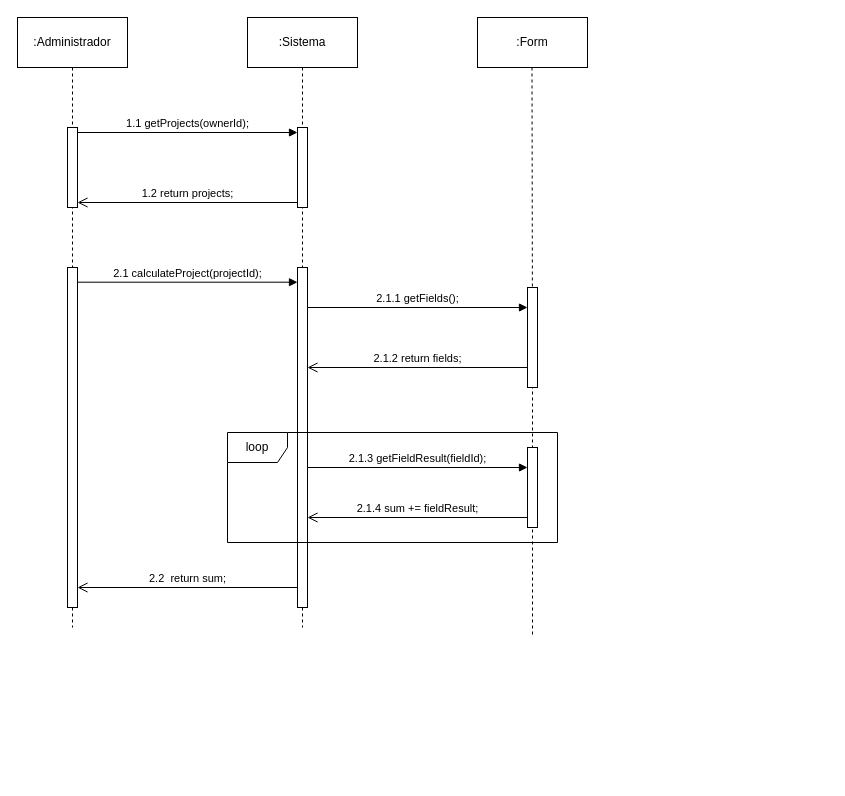
The draw.io diagram Trabalho final/5 - DSS/6 - Calcular resultados.drawio in ViniciusKurek/CalculadoraAPS, before the edit. Source tidied: cells renumbered, new cells numbered last; positions are measured from the earlier drawing's top-left corner, leaving out a move shared by most shapes. Both pictures are drawn from the tidied source at 100%, with x=0, y=0 at pixel (17, 17).
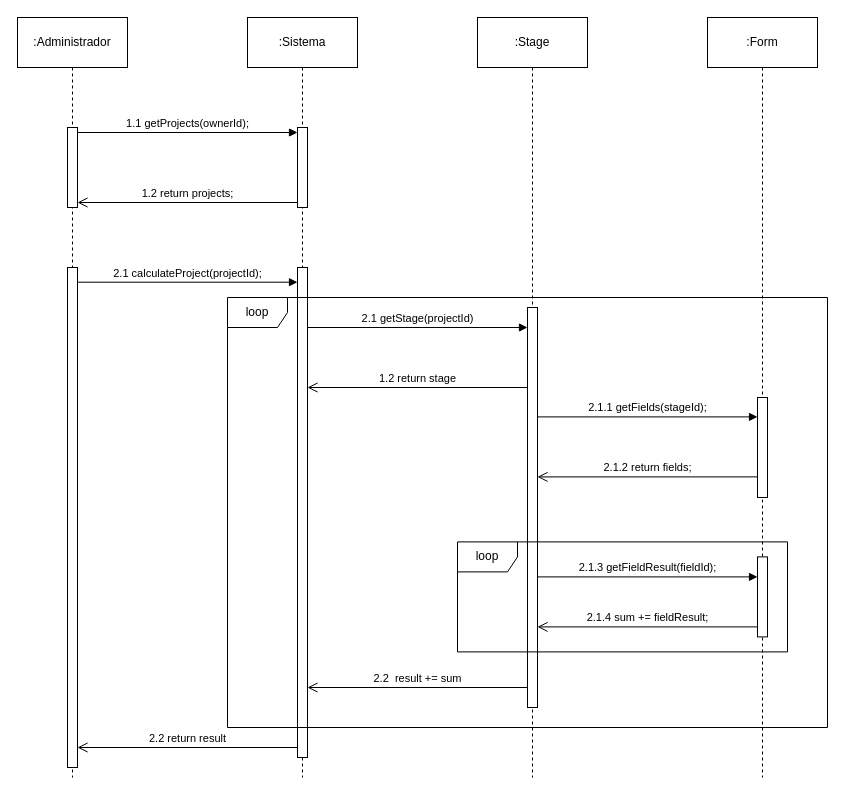
After the change.

Unchanged cells that the change refers to:
```xml
<mxCell id="3" value=":Administrador" style="html=1;whiteSpace=wrap;" parent="1" vertex="1">
  <mxGeometry width="110" height="50" as="geometry" />
</mxCell>
<mxCell id="5" value=":Sistema" style="html=1;whiteSpace=wrap;" parent="1" vertex="1">
  <mxGeometry x="230" width="110" height="50" as="geometry" />
</mxCell>
```

Diff of the diagram source:
```diff
@@
     <mxCell id="2" style="edgeStyle=orthogonalEdgeStyle;rounded=0;jettySize=auto;html=1;endArrow=none;endFill=0;dashed=1;exitX=0.5;exitY=1;exitDx=0;exitDy=0;" parent="1" edge="1" source="3">
       <mxGeometry relative="1" as="geometry">
-        <mxPoint x="55" y="610" as="targetPoint" />
+        <mxPoint x="55" y="760" as="targetPoint" />
       </mxGeometry>
     </mxCell>
@@
     <mxCell id="4" style="edgeStyle=orthogonalEdgeStyle;rounded=0;jettySize=auto;html=1;dashed=1;endArrow=none;endFill=0;" parent="1" edge="1" source="5">
       <mxGeometry relative="1" as="geometry">
-        <mxPoint x="285" y="610" as="targetPoint" />
+        <mxPoint x="285" y="760" as="targetPoint" />
       </mxGeometry>
     </mxCell>
@@
     <mxCell id="10" style="html=1;perimeter=orthogonalPerimeter;targetShapes=umlLifeline;newEdgeStyle={&quot;curved&quot;:0,&quot;rounded&quot;:0};" parent="1" vertex="1">
-      <mxGeometry x="280" y="250" width="10" height="340" as="geometry" />
+      <mxGeometry x="280" y="250" width="10" height="490" as="geometry" />
     </mxCell>
@@
     <mxCell id="12" style="html=1;perimeter=orthogonalPerimeter;targetShapes=umlLifeline;newEdgeStyle={&quot;curved&quot;:0,&quot;rounded&quot;:0};" parent="1" vertex="1">
-      <mxGeometry x="50" y="250" width="10" height="340" as="geometry" />
+      <mxGeometry x="50" y="250" width="10" height="500" as="geometry" />
     </mxCell>
-    <mxCell id="13" style="edgeStyle=orthogonalEdgeStyle;rounded=0;orthogonalLoop=1;jettySize=auto;html=1;endArrow=none;endFill=0;dashed=1;" parent="1" edge="1">
+    <mxCell id="13" style="edgeStyle=orthogonalEdgeStyle;rounded=0;jettySize=auto;html=1;endArrow=none;endFill=0;dashed=1;exitX=0.5;exitY=1;exitDx=0;exitDy=0;" parent="1" edge="1" source="14">
       <mxGeometry relative="1" as="geometry">
-        <mxPoint x="514.5" y="50" as="sourcePoint" />
-        <mxPoint x="515" y="620" as="targetPoint" />
+        <mxPoint x="745" y="760" as="targetPoint" />
       </mxGeometry>
     </mxCell>
     <mxCell id="14" value=":Form" style="html=1;whiteSpace=wrap;" parent="1" vertex="1">
-      <mxGeometry x="460" width="110" height="50" as="geometry" />
+      <mxGeometry x="690" width="110" height="50" as="geometry" />
     </mxCell>
     <mxCell id="15" style="html=1;perimeter=orthogonalPerimeter;targetShapes=umlLifeline;newEdgeStyle={&quot;curved&quot;:0,&quot;rounded&quot;:0};" parent="1" vertex="1">
-      <mxGeometry x="510" y="270" width="10" height="100" as="geometry" />
+      <mxGeometry x="740" y="380" width="10" height="100" as="geometry" />
     </mxCell>
-    <mxCell id="16" value="2.1.1 getFields();" style="html=1;verticalAlign=bottom;endArrow=block;curved=0;rounded=0;entryX=0;entryY=0;entryDx=0;entryDy=5;exitX=1;exitY=0;exitDx=0;exitDy=5;exitPerimeter=0;" parent="1" edge="1">
+    <mxCell id="16" value="2.1.1 getFields(stageId);" style="html=1;verticalAlign=bottom;endArrow=block;curved=0;rounded=0;entryX=0;entryY=0;entryDx=0;entryDy=5;exitX=1;exitY=0;exitDx=0;exitDy=5;exitPerimeter=0;" parent="1" edge="1">
       <mxGeometry relative="1" as="geometry">
-        <mxPoint x="290" y="290" as="sourcePoint" />
-        <mxPoint x="510" y="290" as="targetPoint" />
+        <mxPoint x="520" y="399.4" as="sourcePoint" />
+        <mxPoint x="740" y="399.4" as="targetPoint" />
       </mxGeometry>
     </mxCell>
     <mxCell id="17" value="2.1.2 return fields;" style="html=1;verticalAlign=bottom;endArrow=open;endSize=8;curved=0;rounded=0;exitX=0;exitY=1;exitDx=0;exitDy=-5;entryX=1;entryY=1;entryDx=0;entryDy=-5;entryPerimeter=0;" parent="1" edge="1">
       <mxGeometry relative="1" as="geometry">
-        <mxPoint x="510" y="350" as="sourcePoint" />
-        <mxPoint x="290" y="350" as="targetPoint" />
+        <mxPoint x="740" y="459.4" as="sourcePoint" />
+        <mxPoint x="520" y="459.4" as="targetPoint" />
       </mxGeometry>
     </mxCell>
     <mxCell id="18" style="html=1;perimeter=orthogonalPerimeter;targetShapes=umlLifeline;newEdgeStyle={&quot;curved&quot;:0,&quot;rounded&quot;:0};" parent="1" vertex="1">
-      <mxGeometry x="510" y="430" width="10" height="80" as="geometry" />
+      <mxGeometry x="740" y="539.4" width="10" height="80" as="geometry" />
     </mxCell>
     <mxCell id="19" value="2.1.3 getFieldResult(fieldId);" style="html=1;verticalAlign=bottom;endArrow=block;curved=0;rounded=0;entryX=0;entryY=0;entryDx=0;entryDy=5;exitX=1;exitY=0;exitDx=0;exitDy=5;exitPerimeter=0;" parent="1" edge="1">
       <mxGeometry relative="1" as="geometry">
-        <mxPoint x="290" y="450" as="sourcePoint" />
-        <mxPoint x="510" y="450" as="targetPoint" />
+        <mxPoint x="520" y="559.4" as="sourcePoint" />
+        <mxPoint x="740" y="559.4" as="targetPoint" />
       </mxGeometry>
     </mxCell>
-    <mxCell id="20" value="loop" style="shape=umlFrame;whiteSpace=wrap;html=1;" parent="1" vertex="1">
-      <mxGeometry x="210" y="415" width="330" height="110" as="geometry" />
-    </mxCell>
     <mxCell id="21" value="2.1.4 sum += fieldResult;" style="html=1;verticalAlign=bottom;endArrow=open;endSize=8;curved=0;rounded=0;exitX=0;exitY=1;exitDx=0;exitDy=-5;entryX=1;entryY=1;entryDx=0;entryDy=-5;entryPerimeter=0;" parent="1" edge="1">
       <mxGeometry relative="1" as="geometry">
-        <mxPoint x="510" y="500" as="sourcePoint" />
-        <mxPoint x="290" y="500" as="targetPoint" />
+        <mxPoint x="740" y="609.4" as="sourcePoint" />
+        <mxPoint x="520" y="609.4" as="targetPoint" />
       </mxGeometry>
     </mxCell>
-    <mxCell id="22" value="2.2&amp;nbsp; return sum;" style="html=1;verticalAlign=bottom;endArrow=open;endSize=8;curved=0;rounded=0;exitX=0;exitY=1;exitDx=0;exitDy=-5;entryX=1;entryY=1;entryDx=0;entryDy=-5;entryPerimeter=0;" parent="1" edge="1">
+    <mxCell id="22" value="2.2&amp;nbsp; result += sum" style="html=1;verticalAlign=bottom;endArrow=open;endSize=8;curved=0;rounded=0;exitX=0;exitY=1;exitDx=0;exitDy=-5;entryX=1;entryY=1;entryDx=0;entryDy=-5;entryPerimeter=0;" parent="1" edge="1">
       <mxGeometry relative="1" as="geometry">
-        <mxPoint x="280" y="570" as="sourcePoint" />
-        <mxPoint x="60" y="570" as="targetPoint" />
+        <mxPoint x="510" y="670" as="sourcePoint" />
+        <mxPoint x="290" y="670" as="targetPoint" />
       </mxGeometry>
     </mxCell>
+    <mxCell id="23" style="edgeStyle=orthogonalEdgeStyle;rounded=0;jettySize=auto;html=1;dashed=1;endArrow=none;endFill=0;" parent="1" edge="1" source="24">
+      <mxGeometry relative="1" as="geometry">
+        <mxPoint x="515" y="760" as="targetPoint" />
+      </mxGeometry>
+    </mxCell>
+    <mxCell id="24" value=":Stage" style="html=1;whiteSpace=wrap;" parent="1" vertex="1">
+      <mxGeometry x="460" width="110" height="50" as="geometry" />
+    </mxCell>
+    <mxCell id="25" style="html=1;perimeter=orthogonalPerimeter;targetShapes=umlLifeline;newEdgeStyle={&quot;curved&quot;:0,&quot;rounded&quot;:0};" parent="1" vertex="1">
+      <mxGeometry x="510" y="290" width="10" height="400" as="geometry" />
+    </mxCell>
+    <mxCell id="26" value="2.1 getStage(projectId)" style="html=1;verticalAlign=bottom;endArrow=block;curved=0;rounded=0;entryX=0;entryY=0;entryDx=0;entryDy=5;exitX=1;exitY=0;exitDx=0;exitDy=5;exitPerimeter=0;" parent="1" edge="1">
+      <mxGeometry relative="1" as="geometry">
+        <mxPoint x="290" y="310" as="sourcePoint" />
+        <mxPoint x="510" y="310" as="targetPoint" />
+      </mxGeometry>
+    </mxCell>
+    <mxCell id="27" value="loop" style="shape=umlFrame;whiteSpace=wrap;html=1;" parent="1" vertex="1">
+      <mxGeometry x="210" y="280" width="600" height="430" as="geometry" />
+    </mxCell>
+    <mxCell id="28" value="1.2 return stage" style="html=1;verticalAlign=bottom;endArrow=open;endSize=8;curved=0;rounded=0;exitX=0;exitY=1;exitDx=0;exitDy=-5;entryX=1;entryY=1;entryDx=0;entryDy=-5;entryPerimeter=0;" parent="1" edge="1">
+      <mxGeometry relative="1" as="geometry">
+        <mxPoint x="510" y="370" as="sourcePoint" />
+        <mxPoint x="290" y="370" as="targetPoint" />
+      </mxGeometry>
+    </mxCell>
+    <mxCell id="29" value="2.2 return result" style="html=1;verticalAlign=bottom;endArrow=open;endSize=8;curved=0;rounded=0;exitX=0;exitY=1;exitDx=0;exitDy=-5;entryX=1;entryY=1;entryDx=0;entryDy=-5;entryPerimeter=0;" parent="1" edge="1">
+      <mxGeometry relative="1" as="geometry">
+        <mxPoint x="280" y="730" as="sourcePoint" />
+        <mxPoint x="60" y="730" as="targetPoint" />
+      </mxGeometry>
+    </mxCell>
+    <mxCell id="20" value="loop" style="shape=umlFrame;whiteSpace=wrap;html=1;" parent="1" vertex="1">
+      <mxGeometry x="440" y="524.4" width="330" height="110" as="geometry" />
+    </mxCell>
```
